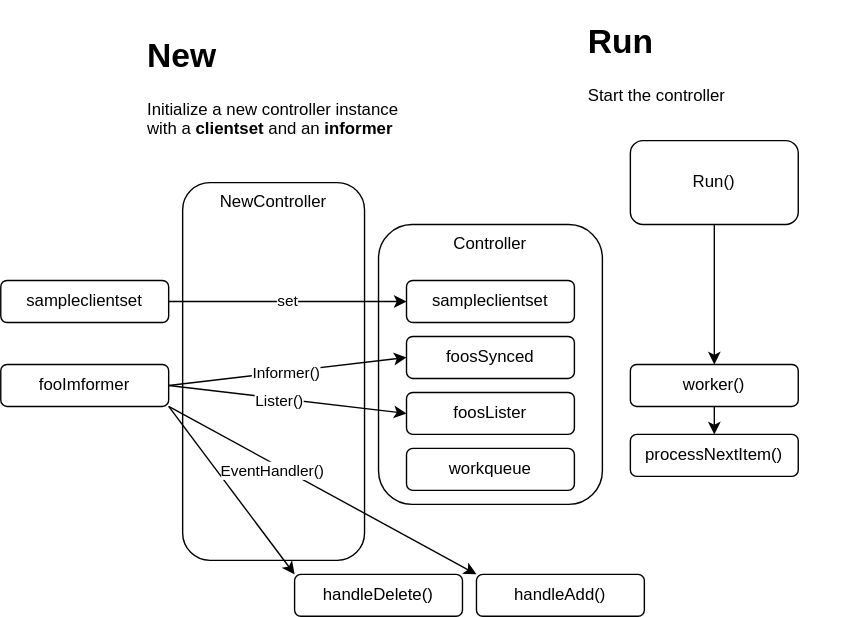
Above: docs/content/docs/05-implement-reconciliation-loop/controller.drawio.svg in nakamasato/sample-controller (draw.io), before the change. Source tidied: cells renumbered, new cells last; positions are measured from the earlier drawing's top-left corner, leaving out a move shared by most shapes.
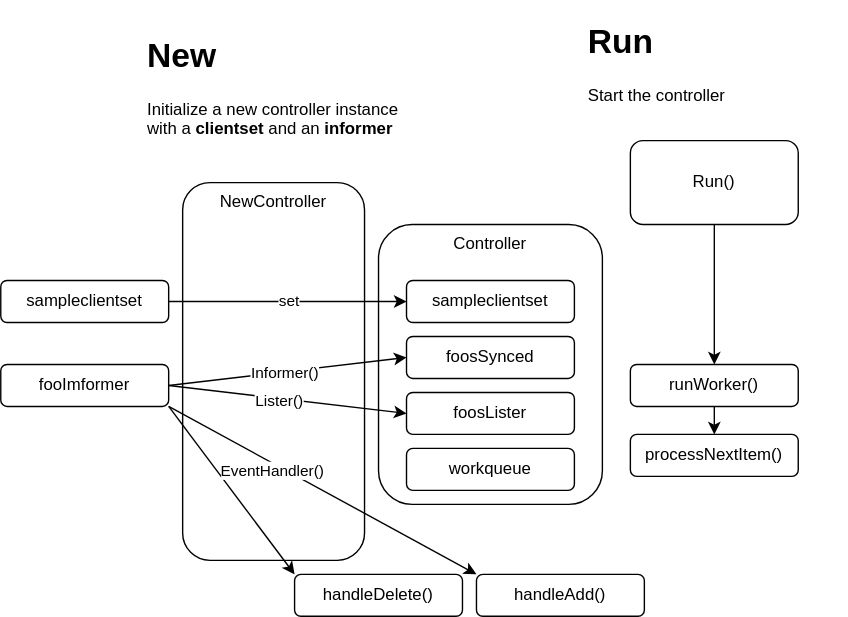
The same diagram one commit later.

Diff of the diagram source:
```diff
@@ -14,7 +14,7 @@
     <mxCell id="5" style="edgeStyle=none;html=1;" parent="1" edge="1" source="6" target="7">
       <mxGeometry relative="1" as="geometry" />
     </mxCell>
-    <mxCell id="6" value="worker()" style="rounded=1;whiteSpace=wrap;html=1;" parent="1" vertex="1">
+    <mxCell id="6" value="runWorker()" style="rounded=1;whiteSpace=wrap;html=1;" parent="1" vertex="1">
       <mxGeometry x="450" y="250" width="120" height="30" as="geometry" />
     </mxCell>
     <mxCell id="7" value="processNextItem()" style="rounded=1;whiteSpace=wrap;html=1;" parent="1" vertex="1">
```
